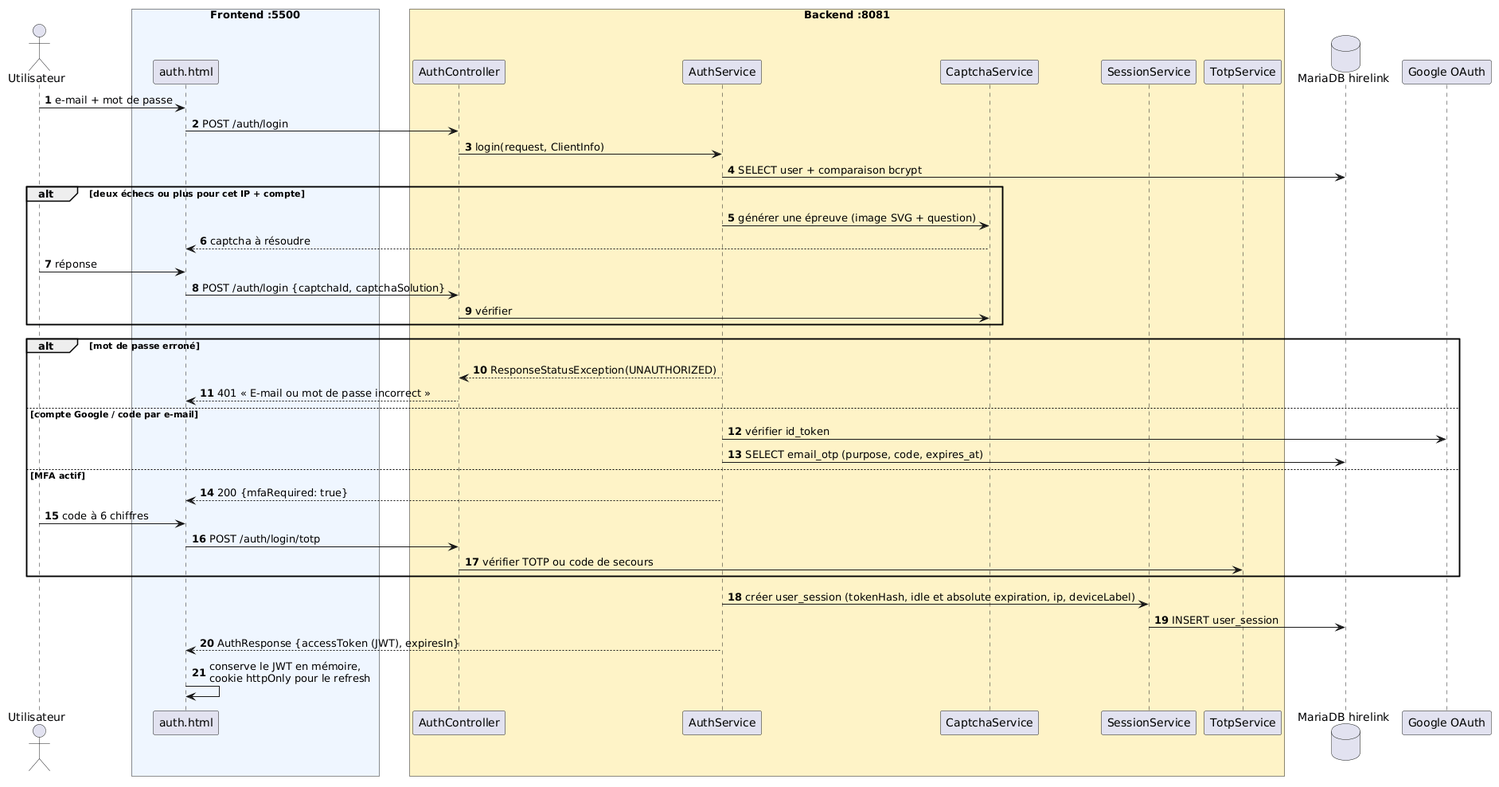
Above: docs/diagrammes/v5/05_sequence_authentification.png in anadouae/HireLink (PlantUML), before the change. Source of this version:
```plantuml
@startuml
autonumber
actor "Utilisateur" as U
box "Frontend :5500" #EFF6FF
  participant "auth.html" as F
endbox
box "Backend :8081" #FEF3C7
  participant "AuthController" as A
  participant "AuthService" as S
  participant "CaptchaService" as CAP
  participant "SessionService" as SS
  participant "TotpService" as TOTP
endbox
database "MariaDB hirelink" as DB
participant "Google OAuth" as G

U -> F : e-mail + mot de passe
F -> A : POST /auth/login
A -> S : login(request, ClientInfo)
S -> DB : SELECT user + comparaison bcrypt
alt deux échecs ou plus pour cet IP + compte
  S -> CAP : générer une épreuve (image SVG + question)
  CAP --> F : captcha à résoudre
  U -> F : réponse
  F -> A : POST /auth/login {captchaId, captchaSolution}
  A -> CAP : vérifier
end
alt mot de passe erroné
  S --> A : ResponseStatusException(UNAUTHORIZED)
  A --> F : 401 « E-mail ou mot de passe incorrect »
else compte Google / code par e-mail
  S -> G : vérifier id_token
  S -> DB : SELECT email_otp (purpose, code, expires_at)
else MFA actif
  S --> F : 200 {mfaRequired: true}
  U -> F : code à 6 chiffres
  F -> A : POST /auth/login/totp
  A -> TOTP : vérifier TOTP ou code de secours
end
S -> SS : créer user_session (tokenHash, idle et absolute expiration, ip, deviceLabel)
SS -> DB : INSERT user_session
S --> F : AuthResponse {accessToken (JWT), expiresIn}
F -> F : conserve le JWT en mémoire,\ncookie httpOnly pour le refresh
@enduml
```
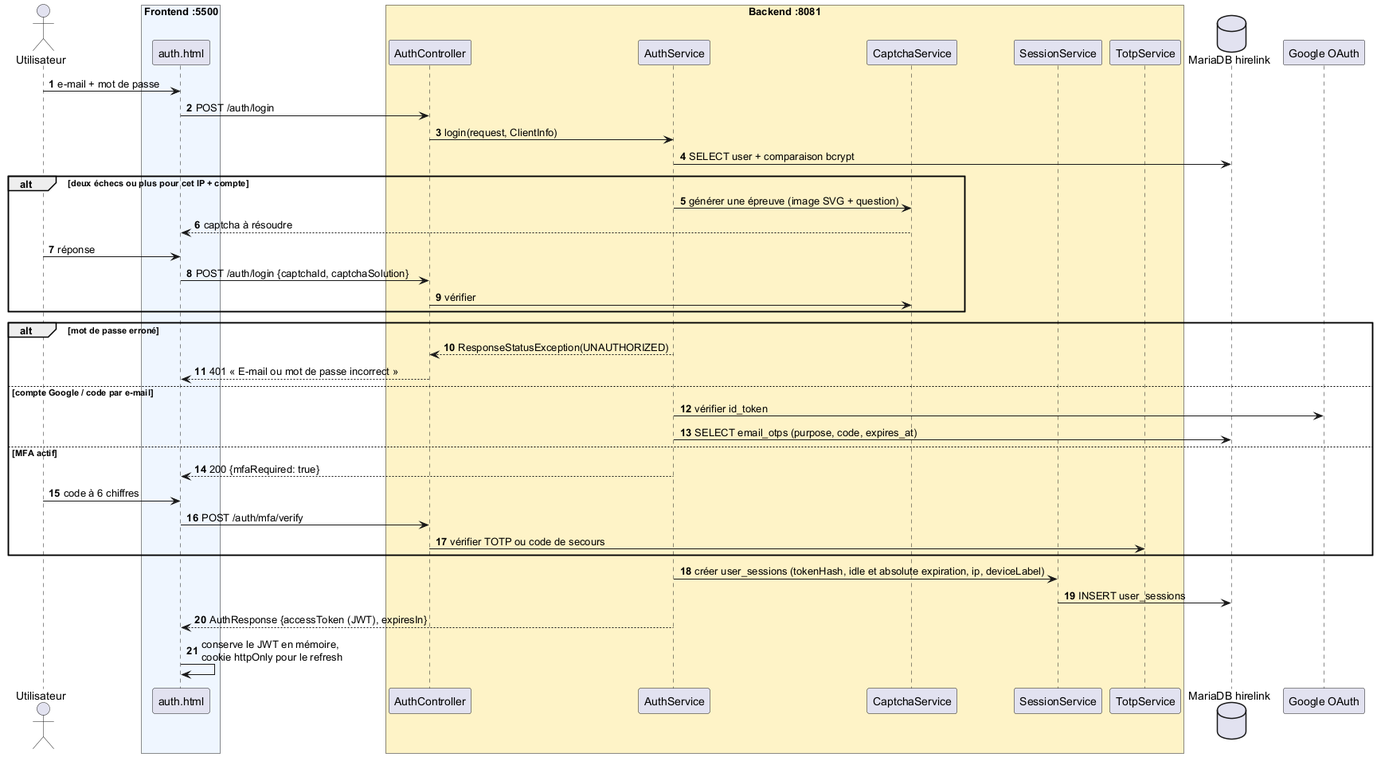
The same diagram one commit later.

Change to the diagram source:
```diff
@@ -1,4 +1,4 @@
-@startuml
+@startuml sequence_auth_v5
 autonumber
 actor "Utilisateur" as U
 box "Frontend :5500" #EFF6FF
@@ -30,15 +30,15 @@
   A --> F : 401 « E-mail ou mot de passe incorrect »
 else compte Google / code par e-mail
   S -> G : vérifier id_token
-  S -> DB : SELECT email_otp (purpose, code, expires_at)
+  S -> DB : SELECT email_otps (purpose, code, expires_at)
 else MFA actif
   S --> F : 200 {mfaRequired: true}
   U -> F : code à 6 chiffres
-  F -> A : POST /auth/login/totp
+  F -> A : POST /auth/mfa/verify
   A -> TOTP : vérifier TOTP ou code de secours
 end
-S -> SS : créer user_session (tokenHash, idle et absolute expiration, ip, deviceLabel)
-SS -> DB : INSERT user_session
+S -> SS : créer user_sessions (tokenHash, idle et absolute expiration, ip, deviceLabel)
+SS -> DB : INSERT user_sessions
 S --> F : AuthResponse {accessToken (JWT), expiresIn}
 F -> F : conserve le JWT en mémoire,\ncookie httpOnly pour le refresh
 @enduml
```
